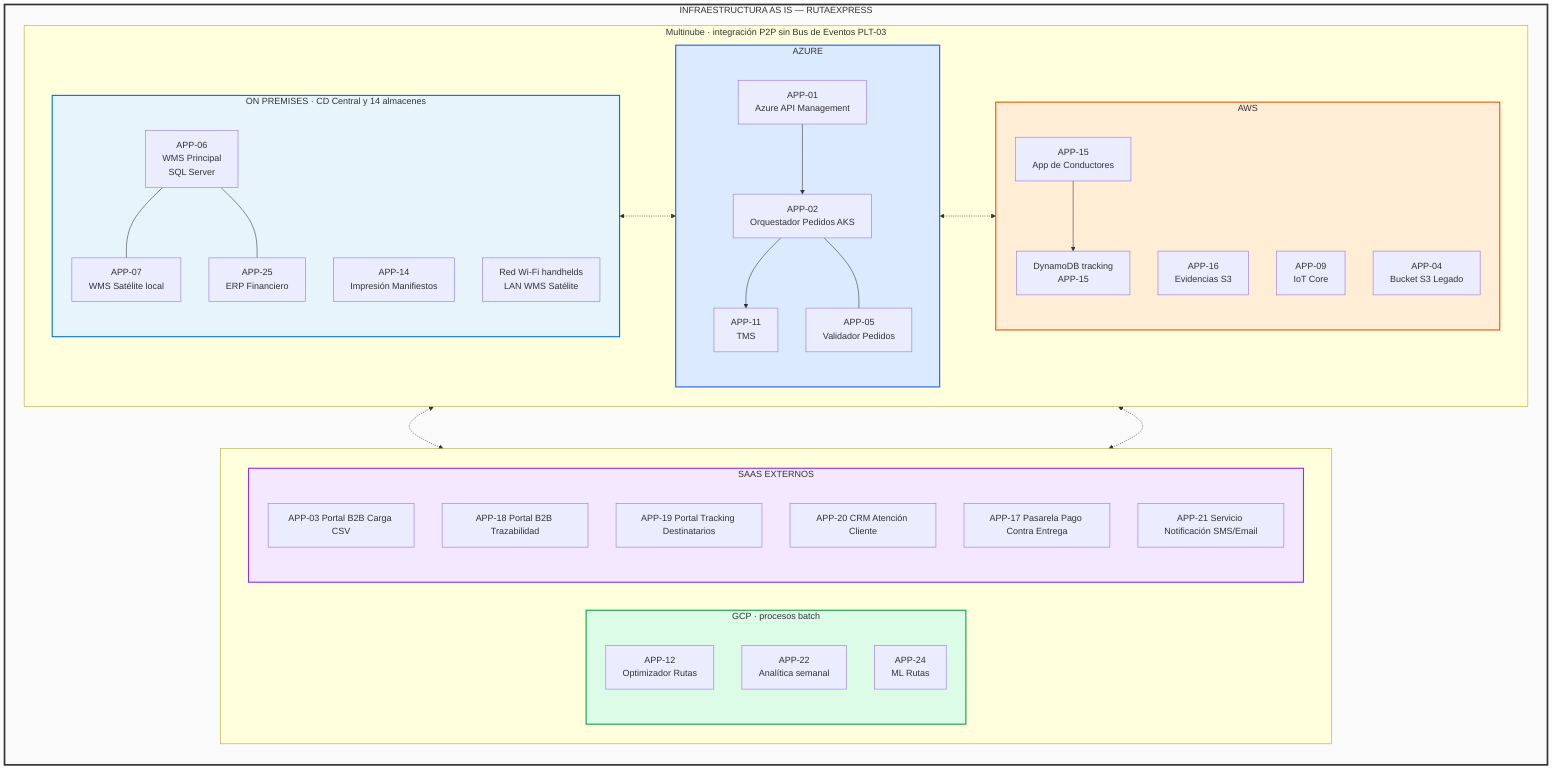
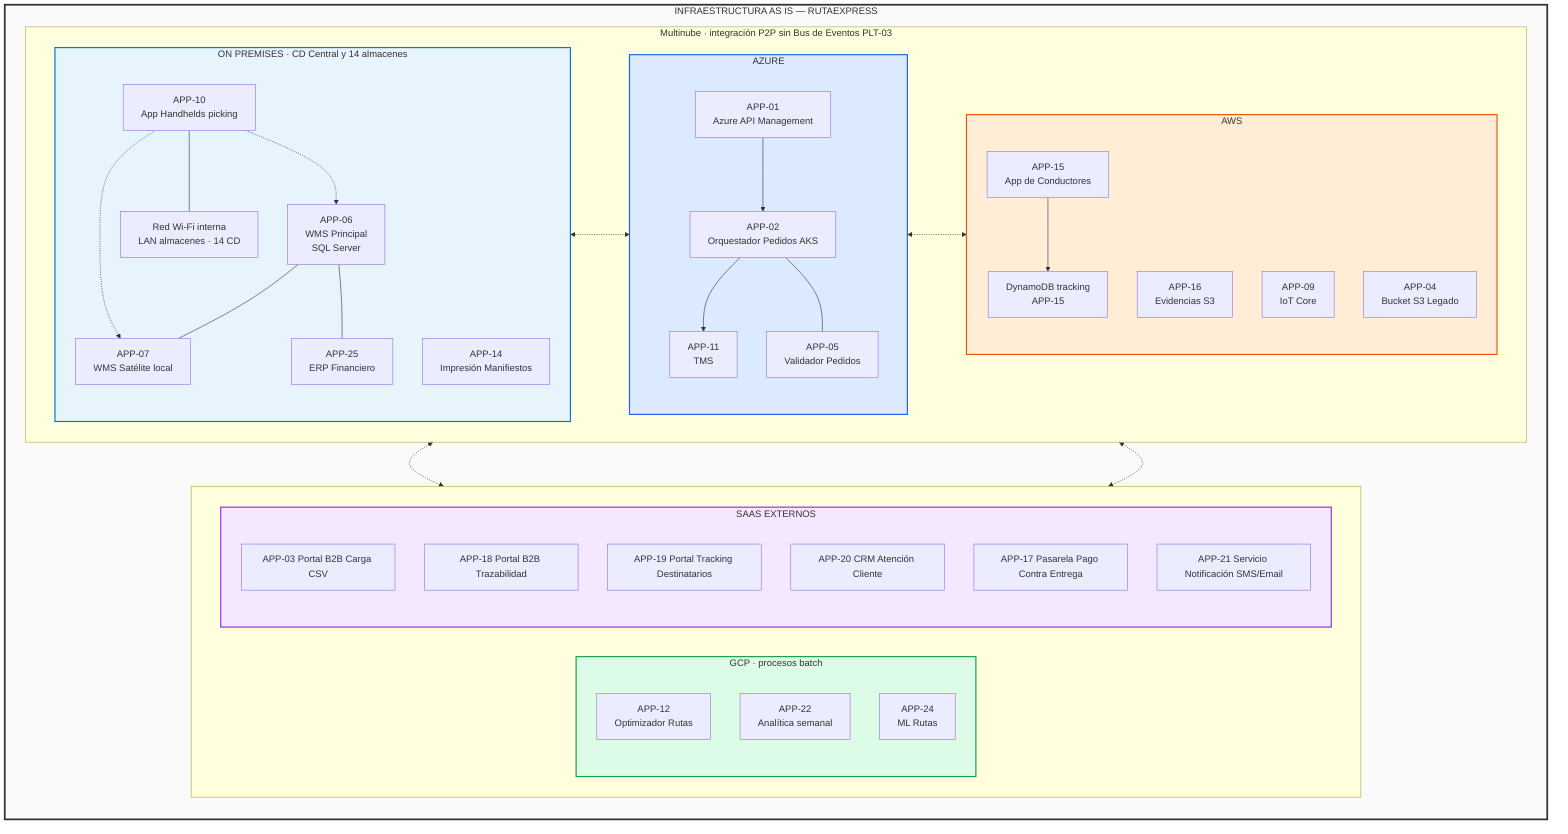
flowchart TB
    subgraph RXP["INFRAESTRUCTURA AS IS — RUTAEXPRESS"]
        direction TB

        subgraph FILA1["Multinube · integración P2P sin Bus de Eventos PLT-03"]
            direction LR

            subgraph PREM["ON PREMISES · CD Central y 14 almacenes"]
                direction TB
                p1["APP-06<br/>WMS Principal<br/>SQL Server"]
                p2["APP-07<br/>WMS Satélite local"]
                p3["APP-25<br/>ERP Financiero"]
                p4["APP-14<br/>Impresión Manifiestos"]
-                 p5["Red Wi-Fi handhelds<br/>LAN WMS Satélite"]
+                 p5["APP-10<br/>App Handhelds picking"]
+                 p6["Red Wi-Fi interna<br/>LAN almacenes · 14 CD"]
                p1 --- p2
                p1 --- p3
+                 p5 --- p6
+                 p5 -.-> p1
+                 p5 -.-> p2
            end

            subgraph AZURE["AZURE"]
                direction TB
                a1["APP-01<br/>Azure API Management"]
                a2["APP-02<br/>Orquestador Pedidos AKS"]
                a3["APP-05<br/>Validador Pedidos"]
                a4["APP-11<br/>TMS"]
                a1 --> a2 --> a4
                a2 --- a3
            end

            subgraph AWS["AWS"]
                direction TB
                w1["APP-15<br/>App de Conductores"]
                w2["DynamoDB tracking<br/>APP-15"]
                w3["APP-16<br/>Evidencias S3"]
                w4["APP-09<br/>IoT Core"]
                w5["APP-04<br/>Bucket S3 Legado"]
                w1 --> w2
            end

            PREM <-.-> AZURE
            AZURE <-.-> AWS
        end

        subgraph FILA2[" "]
            direction LR

            subgraph GCP["GCP · procesos batch"]
                direction TB
                g1["APP-12<br/>Optimizador Rutas"]
                g2["APP-22<br/>Analítica semanal"]
                g3["APP-24<br/>ML Rutas"]
            end

            subgraph SAAS["SAAS EXTERNOS"]
                direction TB
                s1["APP-03 Portal B2B Carga CSV"]
                s2["APP-18 Portal B2B Trazabilidad"]
                s3["APP-19 Portal Tracking Destinatarios"]
                s4["APP-20 CRM Atención Cliente"]
                s5["APP-17 Pasarela Pago Contra Entrega"]
                s6["APP-21 Servicio Notificación SMS/Email"]
            end
        end

        AWS <-.-> GCP
        AZURE <-.-> SAAS
    end

    style RXP fill:#fafafa,stroke:#333333,stroke-width:3px
    style PREM fill:#e8f4fc,stroke:#0078d4,stroke-width:2px
    style AZURE fill:#dbeafe,stroke:#2563eb,stroke-width:2px
    style AWS fill:#ffedd5,stroke:#ea580c,stroke-width:2px
    style GCP fill:#dcfce7,stroke:#16a34a,stroke-width:2px
    style SAAS fill:#f3e8ff,stroke:#9333ea,stroke-width:2px
